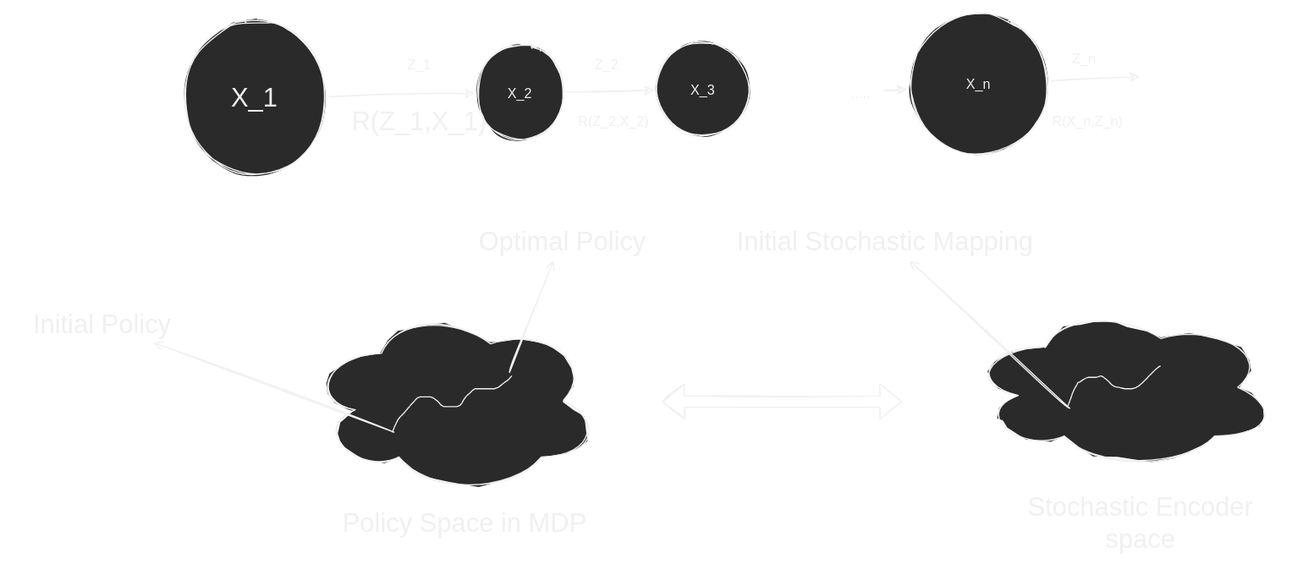
mohammad7613/Information-Theory-and-Learning keeps this draw.io diagram as Untitled Diagram.svg. Above is the earlier version. Source tidied: cells renumbered, new cells last; positions are measured from the earlier drawing's top-left corner, leaving out a move shared by most shapes.
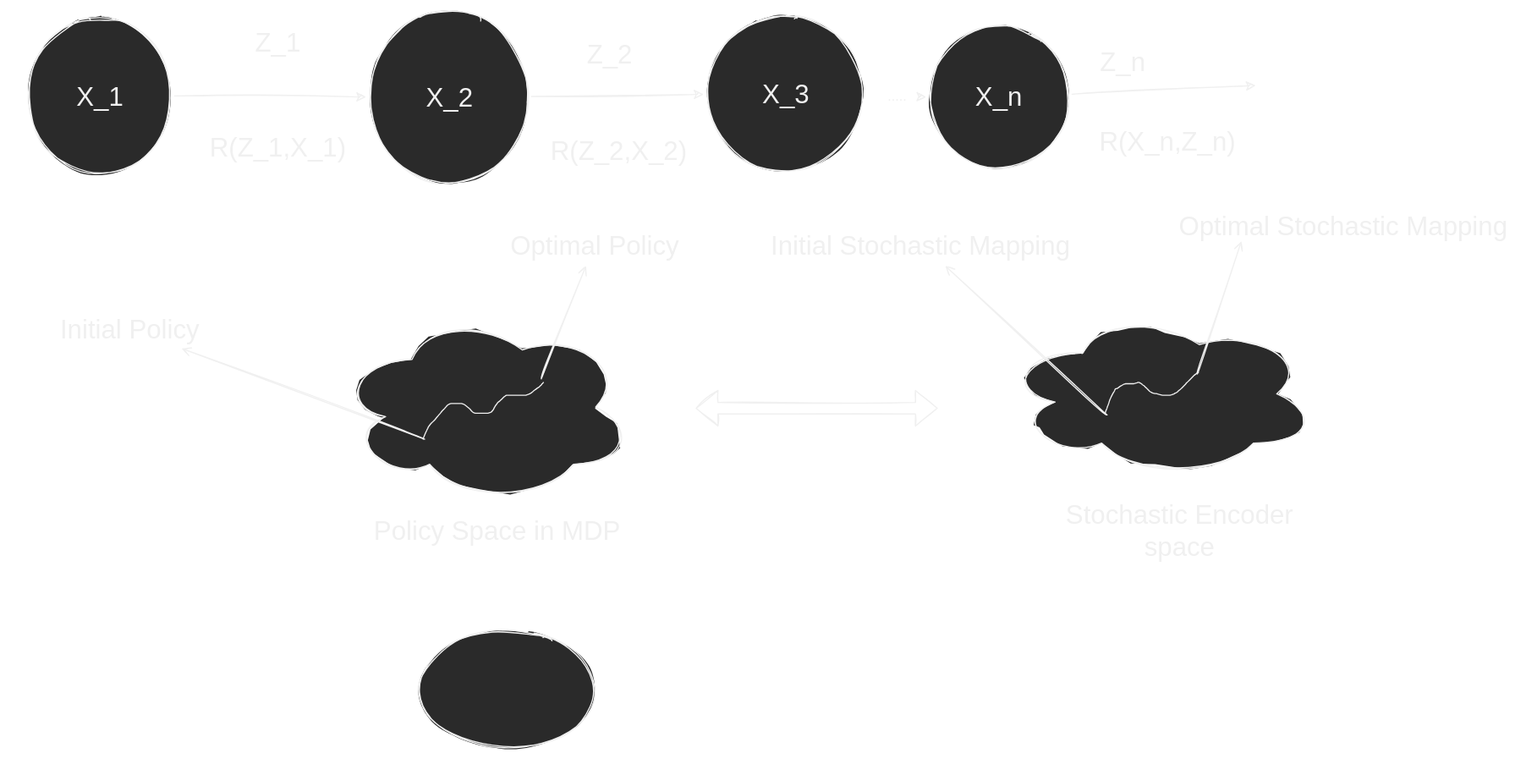
After the commit.

Commit message:
vault backup: 2022-03-18 22:12:33

Change to the diagram source:
```diff
@@ -6,16 +6,16 @@
       <mxGeometry relative="1" as="geometry" />
     </mxCell>
     <mxCell id="3" value="&lt;font style=&quot;font-size: 23px&quot;&gt;X_1&lt;/font&gt;" style="ellipse;whiteSpace=wrap;html=1;" parent="1" vertex="1">
-      <mxGeometry x="135" y="10" width="131" height="131" as="geometry" />
+      <mxGeometry x="-26" y="5.5" width="131" height="131" as="geometry" />
     </mxCell>
     <mxCell id="4" style="edgeStyle=none;html=1;" parent="1" edge="1" source="5" target="6">
       <mxGeometry relative="1" as="geometry" />
     </mxCell>
-    <mxCell id="5" value="X_2" style="ellipse;whiteSpace=wrap;html=1;" parent="1" vertex="1">
-      <mxGeometry x="394" y="31" width="80" height="80" as="geometry" />
+    <mxCell id="5" value="&lt;font style=&quot;font-size: 23px&quot;&gt;X_2&lt;/font&gt;" style="ellipse;whiteSpace=wrap;html=1;" parent="1" vertex="1">
+      <mxGeometry x="272" width="144" height="144" as="geometry" />
     </mxCell>
-    <mxCell id="6" value="X_3" style="ellipse;whiteSpace=wrap;html=1;" parent="1" vertex="1">
-      <mxGeometry x="552" y="25" width="86" height="86" as="geometry" />
+    <mxCell id="6" value="&lt;font style=&quot;font-size: 23px&quot;&gt;X_3&lt;/font&gt;" style="ellipse;whiteSpace=wrap;html=1;" parent="1" vertex="1">
+      <mxGeometry x="566" y="-2" width="142" height="142" as="geometry" />
     </mxCell>
     <mxCell id="7" style="edgeStyle=none;html=1;" parent="1" edge="1" source="8" target="10">
       <mxGeometry relative="1" as="geometry" />
@@ -25,29 +25,29 @@
     </mxCell>
     <mxCell id="9" style="edgeStyle=none;html=1;" parent="1" edge="1" source="10">
       <mxGeometry relative="1" as="geometry">
-        <mxPoint x="979" y="57" as="targetPoint" />
+        <mxPoint x="1047" y="62" as="targetPoint" />
       </mxGeometry>
     </mxCell>
-    <mxCell id="10" value="X_n" style="ellipse;whiteSpace=wrap;html=1;" parent="1" vertex="1">
-      <mxGeometry x="774" width="127" height="127" as="geometry" />
+    <mxCell id="10" value="&lt;font style=&quot;font-size: 23px&quot;&gt;X_n&lt;/font&gt;" style="ellipse;whiteSpace=wrap;html=1;" parent="1" vertex="1">
+      <mxGeometry x="760" y="8.5" width="127" height="127" as="geometry" />
     </mxCell>
-    <mxCell id="11" value="Z_1" style="text;html=1;align=center;verticalAlign=middle;strokeColor=none;" parent="1" vertex="1">
-      <mxGeometry x="329" y="38" width="31" height="18" as="geometry" />
+    <mxCell id="11" value="&lt;font style=&quot;font-size: 23px&quot;&gt;Z_1&lt;/font&gt;" style="text;html=1;align=center;verticalAlign=middle;strokeColor=none;" parent="1" vertex="1">
+      <mxGeometry x="169" y="15" width="50" height="18" as="geometry" />
     </mxCell>
     <mxCell id="12" value="&lt;font style=&quot;font-size: 23px&quot;&gt;R(Z_1,X_1)&lt;/font&gt;" style="text;html=1;align=center;verticalAlign=middle;strokeColor=none;" parent="1" vertex="1">
-      <mxGeometry x="280.5" y="88" width="129" height="18" as="geometry" />
+      <mxGeometry x="129.5" y="106" width="129" height="18" as="geometry" />
     </mxCell>
-    <mxCell id="13" value="R(Z_2,X_2)" style="text;html=1;align=center;verticalAlign=middle;strokeColor=none;" parent="1" vertex="1">
-      <mxGeometry x="480" y="88" width="72" height="18" as="geometry" />
+    <mxCell id="13" value="&lt;font style=&quot;font-size: 23px&quot;&gt;R(Z_2,X_2)&lt;/font&gt;" style="text;html=1;align=center;verticalAlign=middle;strokeColor=none;" parent="1" vertex="1">
+      <mxGeometry x="426.7" y="109" width="129" height="18" as="geometry" />
     </mxCell>
-    <mxCell id="14" value="Z_2" style="text;html=1;align=center;verticalAlign=middle;strokeColor=none;" parent="1" vertex="1">
-      <mxGeometry x="494" y="38" width="31" height="18" as="geometry" />
+    <mxCell id="14" value="&lt;font style=&quot;font-size: 23px&quot;&gt;Z_2&lt;/font&gt;" style="text;html=1;align=center;verticalAlign=middle;strokeColor=none;" parent="1" vertex="1">
+      <mxGeometry x="458" y="25" width="50" height="18" as="geometry" />
     </mxCell>
-    <mxCell id="15" value="Z_n" style="text;html=1;align=center;verticalAlign=middle;strokeColor=none;" parent="1" vertex="1">
-      <mxGeometry x="914" y="33" width="31" height="18" as="geometry" />
+    <mxCell id="15" value="&lt;font style=&quot;font-size: 23px&quot;&gt;Z_n&lt;/font&gt;" style="text;html=1;align=center;verticalAlign=middle;strokeColor=none;" parent="1" vertex="1">
+      <mxGeometry x="905" y="33" width="50" height="18" as="geometry" />
     </mxCell>
-    <mxCell id="16" value="R(X_n,Z_n)" style="text;html=1;align=center;verticalAlign=middle;strokeColor=none;" parent="1" vertex="1">
-      <mxGeometry x="896.5" y="88" width="72" height="18" as="geometry" />
+    <mxCell id="16" value="&lt;font style=&quot;font-size: 23px&quot;&gt;R(X_n,Z_n)&lt;/font&gt;" style="text;html=1;align=center;verticalAlign=middle;strokeColor=none;" parent="1" vertex="1">
+      <mxGeometry x="905" y="102" width="129" height="18" as="geometry" />
     </mxCell>
     <mxCell id="17" style="ellipse;shape=cloud;whiteSpace=wrap;html=1;" parent="1" vertex="1">
       <mxGeometry x="248" y="259" width="256" height="166" as="geometry" />
@@ -91,5 +91,14 @@
     <mxCell id="29" value="&lt;font style=&quot;font-size: 23px&quot;&gt;Initial Stochastic Mapping&amp;nbsp;&lt;/font&gt;" style="text;html=1;align=center;verticalAlign=middle;points=[];strokeColor=none;" parent="1" vertex="1">
       <mxGeometry x="619.5" y="193" width="277" height="18" as="geometry" />
     </mxCell>
+    <mxCell id="30" style="edgeStyle=none;curved=1;rounded=0;jettySize=auto;html=1;endArrow=open;sourcePerimeterSpacing=8;targetPerimeterSpacing=8;fontSize=16;sketch=1;exitX=0.982;exitY=0.04;exitDx=0;exitDy=0;exitPerimeter=0;entryX=0.201;entryY=1.246;entryDx=0;entryDy=0;entryPerimeter=0;" parent="1" edge="1" source="23" target="31">
+      <mxGeometry relative="1" as="geometry" />
+    </mxCell>
+    <mxCell id="31" value="&lt;span style=&quot;font-size: 23px&quot;&gt;Optimal Stochastic Mapping&lt;/span&gt;" style="text;html=1;align=center;verticalAlign=middle;points=[];strokeColor=none;" parent="1" vertex="1">
+      <mxGeometry x="975" y="175" width="296" height="18" as="geometry" />
+    </mxCell>
+    <mxCell id="32" style="ellipse;whiteSpace=wrap;html=1;" parent="1" vertex="1">
+      <mxGeometry x="315" y="538" width="160" height="100" as="geometry" />
+    </mxCell>
   </root>
 </mxGraphModel>
```
